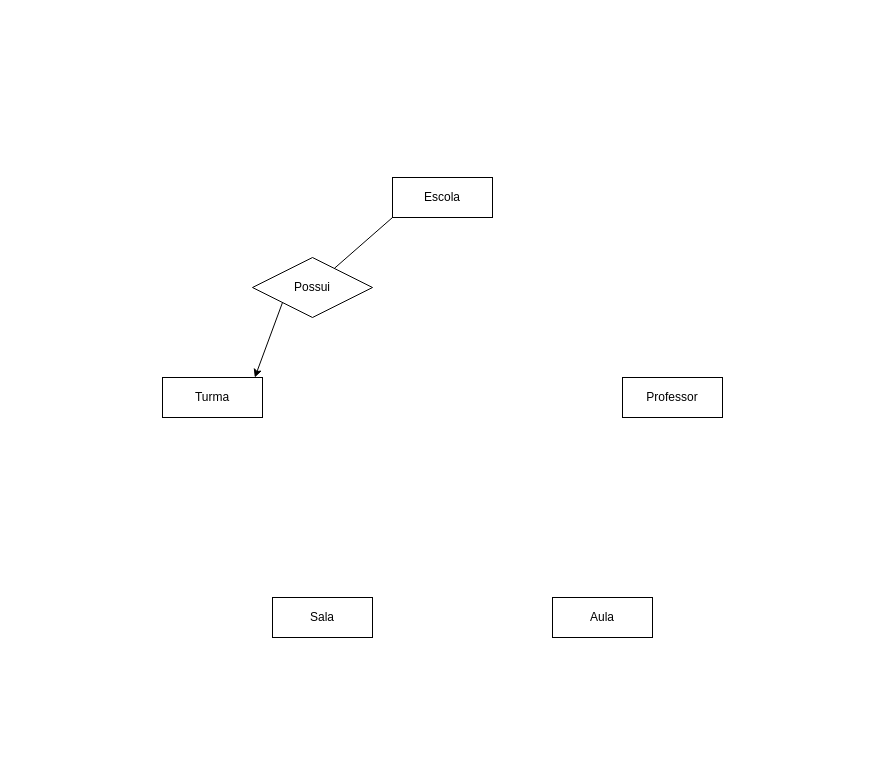
The draw.io diagram jpg/Diagrama sem nome.drawio in DougzCD/IFSP_BDD, before the edit. Source tidied: cells renumbered, new cells numbered last; positions are measured from the earlier drawing's top-left corner, leaving out a move shared by most shapes. Both pictures are drawn from the tidied source at 100%, with x=0, y=0 at pixel (162, 177).
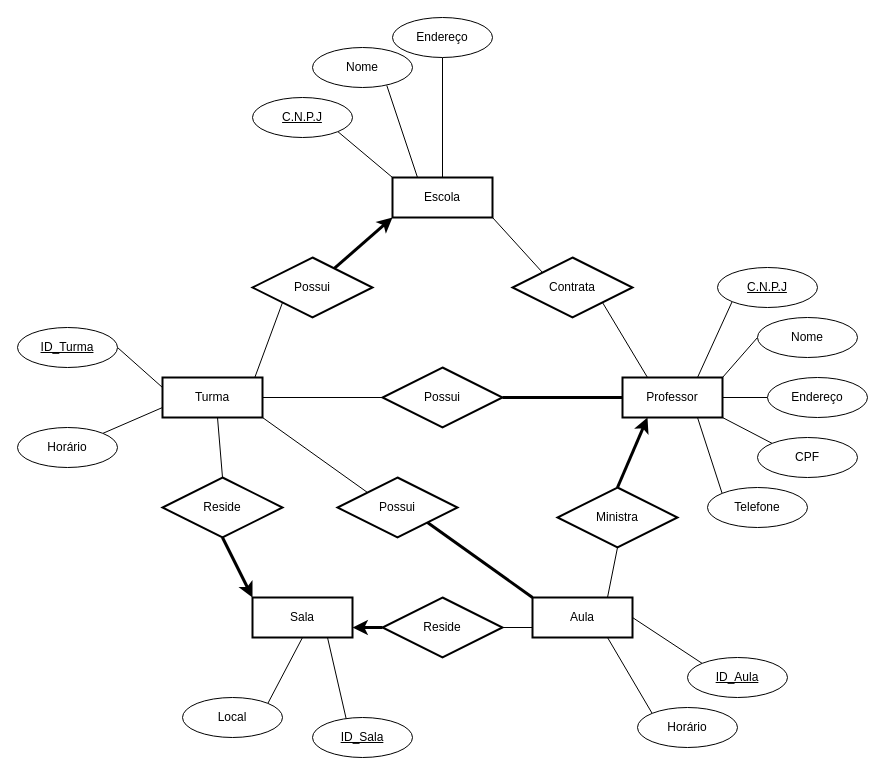
After the change.

Diff of the diagram source:
```diff
@@
-    <mxCell id="2" style="rounded=0;jettySize=auto;html=1;exitX=0;exitY=1;exitDx=0;exitDy=0;strokeColor=default;endArrow=none;endFill=0;startArrow=none;startFill=0;" parent="1" edge="1" source="3" target="9">
+    <mxCell id="2" style="rounded=0;jettySize=auto;html=1;exitX=0;exitY=1;exitDx=0;exitDy=0;strokeColor=default;endArrow=none;endFill=0;startArrow=classic;startFill=1;strokeWidth=3;" parent="1" edge="1" source="3" target="9">
       <mxGeometry relative="1" as="geometry" />
     </mxCell>
+    <mxCell id="10" style="rounded=0;jettySize=auto;html=1;exitX=0.25;exitY=0;exitDx=0;exitDy=0;entryX=0.743;entryY=0.95;entryDx=0;entryDy=0;entryPerimeter=0;endArrow=none;endFill=0;" parent="1" edge="1" source="3" target="18">
+      <mxGeometry relative="1" as="geometry" />
+    </mxCell>
-    <mxCell id="3" value="Escola" style="whiteSpace=wrap;html=1;align=center;" parent="1" vertex="1">
+    <mxCell id="3" value="Escola" style="whiteSpace=wrap;html=1;align=center;strokeWidth=2;" parent="1" vertex="1">
       <mxGeometry x="230" width="100" height="40" as="geometry" />
     </mxCell>
+    <mxCell id="11" style="rounded=0;jettySize=auto;html=1;exitX=1;exitY=0.5;exitDx=0;exitDy=0;entryX=0;entryY=0.5;entryDx=0;entryDy=0;endArrow=none;endFill=0;" parent="1" edge="1" source="4" target="15">
+      <mxGeometry relative="1" as="geometry" />
+    </mxCell>
+    <mxCell id="12" style="rounded=0;jettySize=auto;html=1;exitX=1;exitY=1;exitDx=0;exitDy=0;entryX=0;entryY=0;entryDx=0;entryDy=0;endArrow=none;endFill=0;" parent="1" edge="1" source="4" target="39">
+      <mxGeometry relative="1" as="geometry" />
+    </mxCell>
-    <mxCell id="4" value="Turma" style="whiteSpace=wrap;html=1;align=center;" parent="1" vertex="1">
+    <mxCell id="4" value="Turma" style="whiteSpace=wrap;html=1;align=center;strokeWidth=2;" parent="1" vertex="1">
       <mxGeometry y="200" width="100" height="40" as="geometry" />
     </mxCell>
-    <mxCell id="5" value="Professor" style="whiteSpace=wrap;html=1;align=center;" parent="1" vertex="1">
+    <mxCell id="5" value="Professor" style="whiteSpace=wrap;html=1;align=center;strokeWidth=2;" parent="1" vertex="1">
       <mxGeometry x="460" y="200" width="100" height="40" as="geometry" />
     </mxCell>
-    <mxCell id="6" value="Sala" style="whiteSpace=wrap;html=1;align=center;" parent="1" vertex="1">
-      <mxGeometry x="110" y="420" width="100" height="40" as="geometry" />
+    <mxCell id="6" value="Sala" style="whiteSpace=wrap;html=1;align=center;strokeWidth=2;" parent="1" vertex="1">
+      <mxGeometry x="90" y="420" width="100" height="40" as="geometry" />
     </mxCell>
+    <mxCell id="13" style="rounded=0;jettySize=auto;html=1;exitX=0;exitY=0.75;exitDx=0;exitDy=0;entryX=1;entryY=0.5;entryDx=0;entryDy=0;endArrow=none;endFill=0;" parent="1" edge="1" source="7" target="51">
+      <mxGeometry relative="1" as="geometry" />
+    </mxCell>
-    <mxCell id="7" value="Aula" style="whiteSpace=wrap;html=1;align=center;" parent="1" vertex="1">
-      <mxGeometry x="390" y="420" width="100" height="40" as="geometry" />
+    <mxCell id="7" value="Aula" style="whiteSpace=wrap;html=1;align=center;strokeWidth=2;" parent="1" vertex="1">
+      <mxGeometry x="370" y="420" width="100" height="40" as="geometry" />
     </mxCell>
-    <mxCell id="8" style="rounded=0;jettySize=auto;html=1;exitX=0;exitY=1;exitDx=0;exitDy=0;entryX=0.923;entryY=0;entryDx=0;entryDy=0;entryPerimeter=0;" parent="1" edge="1" source="9" target="4">
+    <mxCell id="8" style="rounded=0;jettySize=auto;html=1;exitX=0;exitY=1;exitDx=0;exitDy=0;entryX=0.923;entryY=0;entryDx=0;entryDy=0;entryPerimeter=0;endArrow=none;endFill=0;" parent="1" edge="1" source="9" target="4">
       <mxGeometry relative="1" as="geometry" />
     </mxCell>
-    <mxCell id="9" value="Possui" style="shape=rhombus;perimeter=rhombusPerimeter;whiteSpace=wrap;html=1;align=center;" parent="1" vertex="1">
+    <mxCell id="9" value="Possui" style="shape=rhombus;perimeter=rhombusPerimeter;whiteSpace=wrap;html=1;align=center;gradientColor=none;strokeWidth=2;" parent="1" vertex="1">
       <mxGeometry x="90" y="80" width="120" height="60" as="geometry" />
     </mxCell>
+    <mxCell id="14" style="rounded=0;jettySize=auto;html=1;exitX=1;exitY=0.5;exitDx=0;exitDy=0;entryX=0;entryY=0.5;entryDx=0;entryDy=0;endArrow=none;endFill=0;strokeWidth=3;" parent="1" edge="1" source="15" target="5">
+      <mxGeometry relative="1" as="geometry" />
+    </mxCell>
+    <mxCell id="15" value="Possui" style="shape=rhombus;perimeter=rhombusPerimeter;whiteSpace=wrap;html=1;align=center;strokeWidth=2;" parent="1" vertex="1">
+      <mxGeometry x="220" y="190" width="120" height="60" as="geometry" />
+    </mxCell>
+    <mxCell id="16" style="rounded=0;jettySize=auto;html=1;exitX=1;exitY=1;exitDx=0;exitDy=0;entryX=0;entryY=0;entryDx=0;entryDy=0;endArrow=none;endFill=0;" parent="1" edge="1" source="17" target="3">
+      <mxGeometry relative="1" as="geometry" />
+    </mxCell>
+    <mxCell id="17" value="C.N.P.J" style="ellipse;whiteSpace=wrap;html=1;align=center;fontStyle=4;" parent="1" vertex="1">
+      <mxGeometry x="90" y="-80" width="100" height="40" as="geometry" />
+    </mxCell>
+    <mxCell id="18" value="Nome" style="ellipse;whiteSpace=wrap;html=1;align=center;" parent="1" vertex="1">
+      <mxGeometry x="150" y="-130" width="100" height="40" as="geometry" />
+    </mxCell>
+    <mxCell id="19" style="rounded=0;jettySize=auto;html=1;exitX=0.5;exitY=1;exitDx=0;exitDy=0;entryX=0.5;entryY=0;entryDx=0;entryDy=0;endArrow=none;endFill=0;" parent="1" edge="1" source="20" target="3">
+      <mxGeometry relative="1" as="geometry" />
+    </mxCell>
+    <mxCell id="20" value="Endereço" style="ellipse;whiteSpace=wrap;html=1;align=center;" parent="1" vertex="1">
+      <mxGeometry x="230" y="-160" width="100" height="40" as="geometry" />
+    </mxCell>
+    <mxCell id="21" style="rounded=0;jettySize=auto;html=1;exitX=1;exitY=0.5;exitDx=0;exitDy=0;endArrow=none;endFill=0;entryX=0;entryY=0.25;entryDx=0;entryDy=0;" parent="1" edge="1" source="22" target="4">
+      <mxGeometry relative="1" as="geometry" />
+    </mxCell>
+    <mxCell id="22" value="ID_Turma" style="ellipse;whiteSpace=wrap;html=1;align=center;fontStyle=4;" parent="1" vertex="1">
+      <mxGeometry x="-145" y="150" width="100" height="40" as="geometry" />
+    </mxCell>
+    <mxCell id="23" style="rounded=0;jettySize=auto;html=1;exitX=0;exitY=1;exitDx=0;exitDy=0;entryX=0.75;entryY=0;entryDx=0;entryDy=0;endArrow=none;endFill=0;" parent="1" edge="1" source="24" target="5">
+      <mxGeometry relative="1" as="geometry" />
+    </mxCell>
+    <mxCell id="24" value="C.N.P.J" style="ellipse;whiteSpace=wrap;html=1;align=center;fontStyle=4;" parent="1" vertex="1">
+      <mxGeometry x="555" y="90" width="100" height="40" as="geometry" />
+    </mxCell>
+    <mxCell id="25" style="rounded=0;jettySize=auto;html=1;exitX=0;exitY=0.5;exitDx=0;exitDy=0;entryX=1;entryY=0;entryDx=0;entryDy=0;endArrow=none;endFill=0;" parent="1" edge="1" source="26" target="5">
+      <mxGeometry relative="1" as="geometry" />
+    </mxCell>
+    <mxCell id="26" value="Nome" style="ellipse;whiteSpace=wrap;html=1;align=center;" parent="1" vertex="1">
+      <mxGeometry x="595" y="140" width="100" height="40" as="geometry" />
+    </mxCell>
+    <mxCell id="27" style="rounded=0;jettySize=auto;html=1;exitX=0;exitY=0.5;exitDx=0;exitDy=0;entryX=1;entryY=0.5;entryDx=0;entryDy=0;endArrow=none;endFill=0;" parent="1" edge="1" source="28" target="5">
+      <mxGeometry relative="1" as="geometry" />
+    </mxCell>
+    <mxCell id="28" value="Endereço" style="ellipse;whiteSpace=wrap;html=1;align=center;" parent="1" vertex="1">
+      <mxGeometry x="605" y="200" width="100" height="40" as="geometry" />
+    </mxCell>
+    <mxCell id="29" style="rounded=0;jettySize=auto;html=1;exitX=0;exitY=0;exitDx=0;exitDy=0;entryX=1;entryY=1;entryDx=0;entryDy=0;endArrow=none;endFill=0;" parent="1" edge="1" source="30" target="5">
+      <mxGeometry relative="1" as="geometry" />
+    </mxCell>
+    <mxCell id="30" value="CPF" style="ellipse;whiteSpace=wrap;html=1;align=center;" parent="1" vertex="1">
+      <mxGeometry x="595" y="260" width="100" height="40" as="geometry" />
+    </mxCell>
+    <mxCell id="31" style="rounded=0;jettySize=auto;html=1;exitX=0;exitY=0;exitDx=0;exitDy=0;entryX=0.75;entryY=1;entryDx=0;entryDy=0;endArrow=none;endFill=0;" parent="1" edge="1" source="32" target="5">
+      <mxGeometry relative="1" as="geometry" />
+    </mxCell>
+    <mxCell id="32" value="Telefone" style="ellipse;whiteSpace=wrap;html=1;align=center;" parent="1" vertex="1">
+      <mxGeometry x="545" y="310" width="100" height="40" as="geometry" />
+    </mxCell>
+    <mxCell id="33" style="rounded=0;jettySize=auto;html=1;exitX=0;exitY=0;exitDx=0;exitDy=0;entryX=1;entryY=0.5;entryDx=0;entryDy=0;endArrow=none;endFill=0;" parent="1" edge="1" source="34" target="7">
+      <mxGeometry relative="1" as="geometry" />
+    </mxCell>
+    <mxCell id="34" value="ID_Aula" style="ellipse;whiteSpace=wrap;html=1;align=center;fontStyle=4;" parent="1" vertex="1">
+      <mxGeometry x="525" y="480" width="100" height="40" as="geometry" />
+    </mxCell>
+    <mxCell id="35" style="rounded=0;jettySize=auto;html=1;exitX=0.5;exitY=0;exitDx=0;exitDy=0;entryX=0.25;entryY=1;entryDx=0;entryDy=0;strokeWidth=3;" parent="1" edge="1" source="37" target="5">
+      <mxGeometry relative="1" as="geometry" />
+    </mxCell>
+    <mxCell id="36" style="rounded=0;jettySize=auto;html=1;exitX=0.5;exitY=1;exitDx=0;exitDy=0;entryX=0.75;entryY=0;entryDx=0;entryDy=0;endArrow=none;endFill=0;" parent="1" edge="1" source="37" target="7">
+      <mxGeometry relative="1" as="geometry" />
+    </mxCell>
+    <mxCell id="37" value="Ministra" style="shape=rhombus;perimeter=rhombusPerimeter;whiteSpace=wrap;html=1;align=center;strokeWidth=2;" parent="1" vertex="1">
+      <mxGeometry x="395" y="310" width="120" height="60" as="geometry" />
+    </mxCell>
+    <mxCell id="38" style="rounded=0;jettySize=auto;html=1;exitX=1;exitY=1;exitDx=0;exitDy=0;entryX=0;entryY=0;entryDx=0;entryDy=0;strokeWidth=3;endArrow=none;endFill=0;" parent="1" edge="1" source="39" target="7">
+      <mxGeometry relative="1" as="geometry" />
+    </mxCell>
+    <mxCell id="39" value="Possui" style="shape=rhombus;perimeter=rhombusPerimeter;whiteSpace=wrap;html=1;align=center;strokeWidth=2;" parent="1" vertex="1">
+      <mxGeometry x="175" y="300" width="120" height="60" as="geometry" />
+    </mxCell>
+    <mxCell id="40" style="rounded=0;jettySize=auto;html=1;exitX=0.5;exitY=0;exitDx=0;exitDy=0;endArrow=none;endFill=0;" parent="1" edge="1" source="42">
+      <mxGeometry relative="1" as="geometry">
+        <mxPoint x="55" y="240" as="targetPoint" />
+      </mxGeometry>
+    </mxCell>
+    <mxCell id="41" style="rounded=0;jettySize=auto;html=1;exitX=0.5;exitY=1;exitDx=0;exitDy=0;entryX=0;entryY=0;entryDx=0;entryDy=0;strokeWidth=3;" parent="1" edge="1" source="42" target="6">
+      <mxGeometry relative="1" as="geometry" />
+    </mxCell>
+    <mxCell id="42" value="Reside" style="shape=rhombus;perimeter=rhombusPerimeter;whiteSpace=wrap;html=1;align=center;strokeWidth=2;" parent="1" vertex="1">
+      <mxGeometry y="300" width="120" height="60" as="geometry" />
+    </mxCell>
+    <mxCell id="43" style="rounded=0;jettySize=auto;html=1;exitX=0.34;exitY=0.067;exitDx=0;exitDy=0;entryX=0.75;entryY=1;entryDx=0;entryDy=0;endArrow=none;endFill=0;exitPerimeter=0;" parent="1" edge="1" source="44" target="6">
+      <mxGeometry relative="1" as="geometry" />
+    </mxCell>
+    <mxCell id="44" value="ID_Sala" style="ellipse;whiteSpace=wrap;html=1;align=center;fontStyle=4;" parent="1" vertex="1">
+      <mxGeometry x="150" y="540" width="100" height="40" as="geometry" />
+    </mxCell>
+    <mxCell id="45" style="rounded=0;jettySize=auto;html=1;exitX=0;exitY=0;exitDx=0;exitDy=0;entryX=0.75;entryY=1;entryDx=0;entryDy=0;endArrow=none;endFill=0;" parent="1" edge="1" source="46" target="7">
+      <mxGeometry relative="1" as="geometry" />
+    </mxCell>
+    <mxCell id="46" value="Horário" style="ellipse;whiteSpace=wrap;html=1;align=center;" parent="1" vertex="1">
+      <mxGeometry x="475" y="530" width="100" height="40" as="geometry" />
+    </mxCell>
+    <mxCell id="47" style="rounded=0;jettySize=auto;html=1;exitX=0;exitY=0;exitDx=0;exitDy=0;entryX=1;entryY=1;entryDx=0;entryDy=0;endArrow=none;endFill=0;" parent="1" edge="1" source="49" target="3">
+      <mxGeometry relative="1" as="geometry" />
+    </mxCell>
+    <mxCell id="48" style="rounded=0;jettySize=auto;html=1;exitX=1;exitY=1;exitDx=0;exitDy=0;entryX=0.25;entryY=0;entryDx=0;entryDy=0;endArrow=none;endFill=0;" parent="1" edge="1" source="49" target="5">
+      <mxGeometry relative="1" as="geometry" />
+    </mxCell>
+    <mxCell id="49" value="Contrata" style="shape=rhombus;perimeter=rhombusPerimeter;whiteSpace=wrap;html=1;align=center;gradientColor=none;strokeWidth=2;" parent="1" vertex="1">
+      <mxGeometry x="350" y="80" width="120" height="60" as="geometry" />
+    </mxCell>
+    <mxCell id="50" style="rounded=0;jettySize=auto;html=1;exitX=0;exitY=0.5;exitDx=0;exitDy=0;entryX=1;entryY=0.75;entryDx=0;entryDy=0;strokeWidth=3;" parent="1" edge="1" source="51" target="6">
+      <mxGeometry relative="1" as="geometry" />
+    </mxCell>
+    <mxCell id="51" value="Reside" style="shape=rhombus;perimeter=rhombusPerimeter;whiteSpace=wrap;html=1;align=center;strokeWidth=2;" parent="1" vertex="1">
+      <mxGeometry x="220" y="420" width="120" height="60" as="geometry" />
+    </mxCell>
+    <mxCell id="52" style="rounded=0;jettySize=auto;html=1;exitX=1;exitY=0;exitDx=0;exitDy=0;entryX=0.5;entryY=1;entryDx=0;entryDy=0;endArrow=none;endFill=0;" parent="1" edge="1" source="53" target="6">
+      <mxGeometry relative="1" as="geometry" />
+    </mxCell>
+    <mxCell id="53" value="Local" style="ellipse;whiteSpace=wrap;html=1;align=center;" parent="1" vertex="1">
+      <mxGeometry x="20" y="520" width="100" height="40" as="geometry" />
+    </mxCell>
+    <mxCell id="54" style="rounded=0;jettySize=auto;html=1;exitX=1;exitY=0;exitDx=0;exitDy=0;entryX=0;entryY=0.75;entryDx=0;entryDy=0;endArrow=none;endFill=0;" parent="1" edge="1" source="55" target="4">
+      <mxGeometry relative="1" as="geometry" />
+    </mxCell>
+    <mxCell id="55" value="Horário" style="ellipse;whiteSpace=wrap;html=1;align=center;" parent="1" vertex="1">
+      <mxGeometry x="-145" y="250" width="100" height="40" as="geometry" />
+    </mxCell>
```
